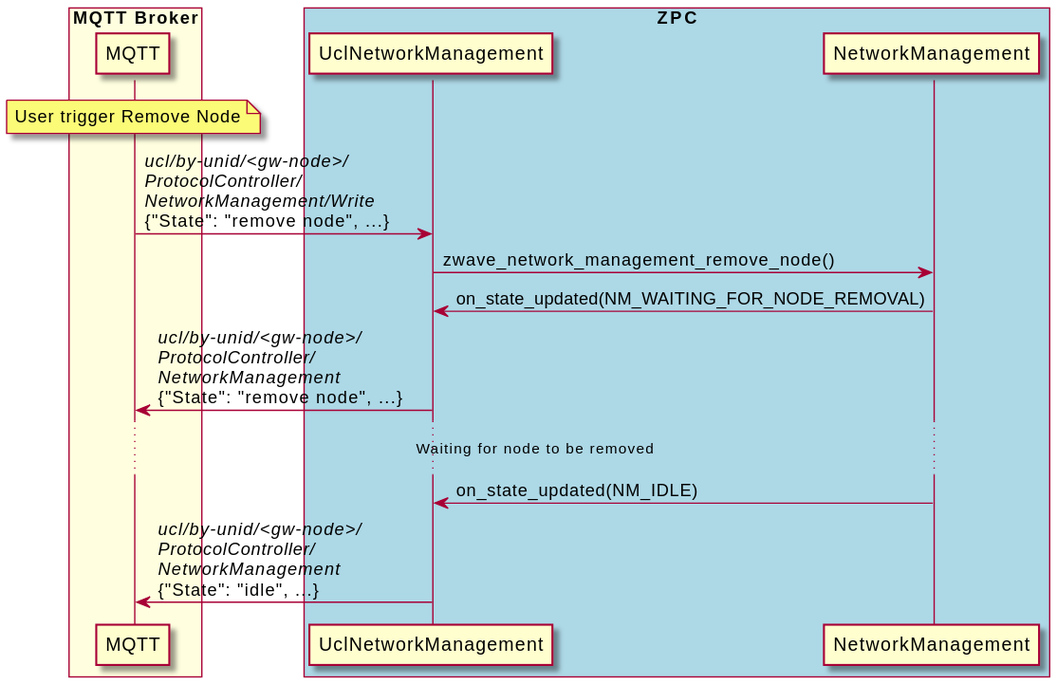
SiliconLabs/UnifySDK keeps this PlantUML diagram as docs/doxygen_zpc/html/inline_umlgraph_3.svg. Above is the earlier version.
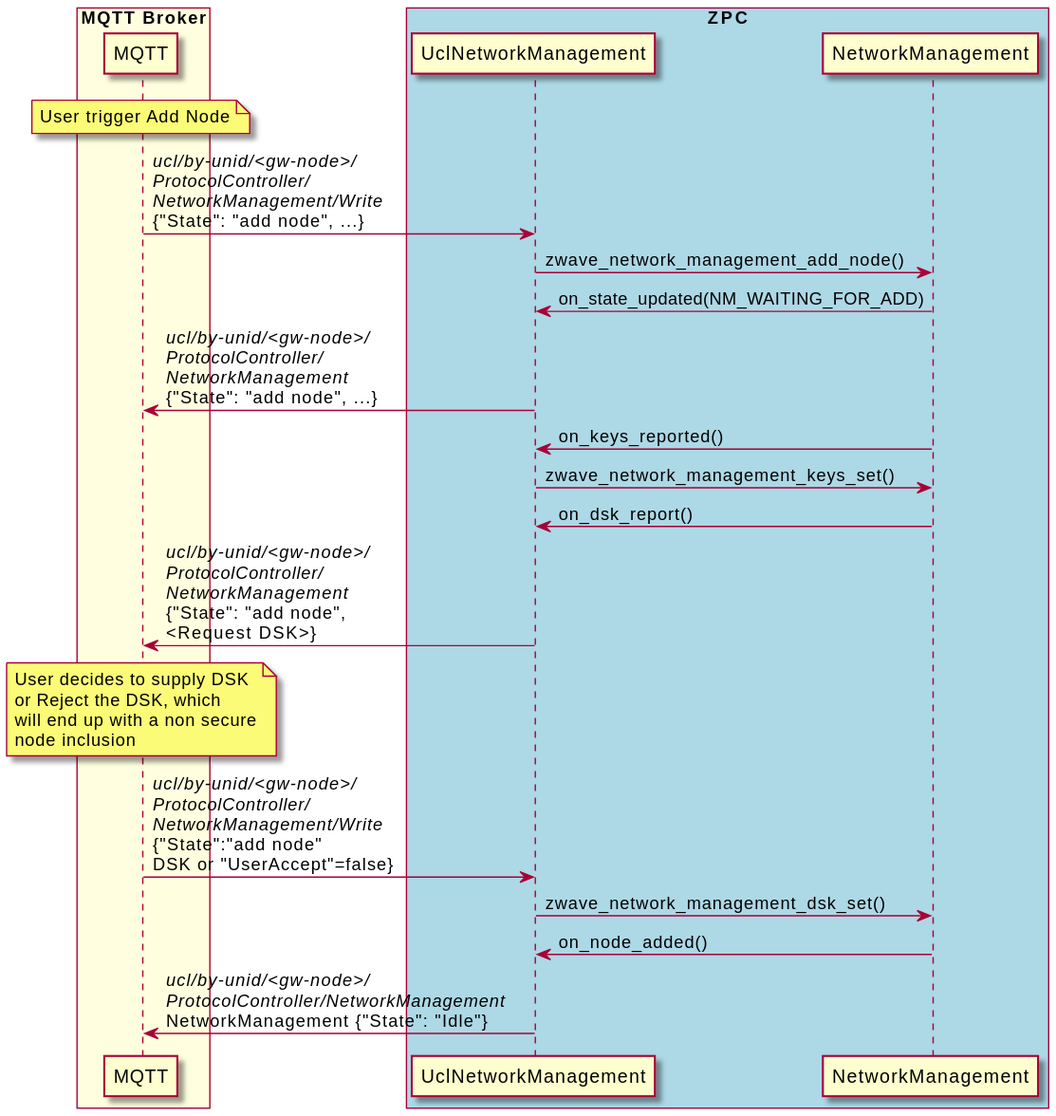
After the commit.

The edit, as a diff of the source:
```diff
@@ -2,17 +2,29 @@
   box "MQTT Broker" #LightYellow
   participant MQTT
   end box
+
   box "ZPC" #LightBlue
+
   participant UclNetworkManagement
   participant NetworkManagement
   end box
-
-  note over MQTT: User trigger Remove Node
-  MQTT                  -> UclNetworkManagement : <i>ucl/by-unid/<gw-node>/</i>\n<i>ProtocolController/</i>\n<i>NetworkManagement/Write</i>\n{"State": "remove node", ...}
-  UclNetworkManagement  -> NetworkManagement    : zwave_network_management_remove_node()
-  NetworkManagement     -> UclNetworkManagement : on_state_updated(NM_WAITING_FOR_NODE_REMOVAL)
-  UclNetworkManagement  -> MQTT                 : <i>ucl/by-unid/<gw-node>/</i>\n<i>ProtocolController/</i>\n<i>NetworkManagement</i>\n{"State": "remove node", ...}
-  ... Waiting for node to be removed ...
-  NetworkManagement     -> UclNetworkManagement : on_state_updated(NM_IDLE)
-  UclNetworkManagement  -> MQTT                 : <i>ucl/by-unid/<gw-node>/</i>\n<i>ProtocolController/</i>\n<i>NetworkManagement</i>\n{"State": "idle", ...}
+  note over MQTT: User trigger Add Node
+  MQTT                  -> UclNetworkManagement : <i>ucl/by-unid/<gw-node>/</i>\n<i>ProtocolController/</i>\n<i>NetworkManagement/Write</i>\n{"State": "add node", ...}
+  UclNetworkManagement  -> NetworkManagement    : zwave_network_management_add_node()
+  NetworkManagement     -> UclNetworkManagement : on_state_updated(NM_WAITING_FOR_ADD)
+  UclNetworkManagement  -> MQTT                 : <i>ucl/by-unid/<gw-node>/</i>\n<i>ProtocolController/</i>\n<i>NetworkManagement</i>\n{"State": "add node", ...}
+  NetworkManagement     -> UclNetworkManagement : on_keys_reported()
+  UclNetworkManagement  -> NetworkManagement    : zwave_network_management_keys_set()
+  NetworkManagement     -> UclNetworkManagement : on_dsk_report()
+  UclNetworkManagement  -> MQTT                 : <i>ucl/by-unid/<gw-node>/</i>\n<i>ProtocolController/</i>\n<i>NetworkManagement</i>\n{"State": "add node",\n<Request DSK>}
+  note over MQTT
+  User decides to supply DSK
+  or Reject the DSK, which
+  will end up with a non secure
+  node inclusion
+  end note
+  MQTT                  -> UclNetworkManagement : <i>ucl/by-unid/<gw-node>/</i>\n<i>ProtocolController/</i>\n<i>NetworkManagement/Write</i>\n{"State":"add node"\nDSK or "UserAccept"=false}
+  UclNetworkManagement  -> NetworkManagement    : zwave_network_management_dsk_set()
+  NetworkManagement     -> UclNetworkManagement : on_node_added()
+  UclNetworkManagement  -> MQTT                 : <i>ucl/by-unid/<gw-node>/</i>\n<i>ProtocolController/NetworkManagement</i>\nNetworkManagement {"State": "Idle"}
 @enduml
```
